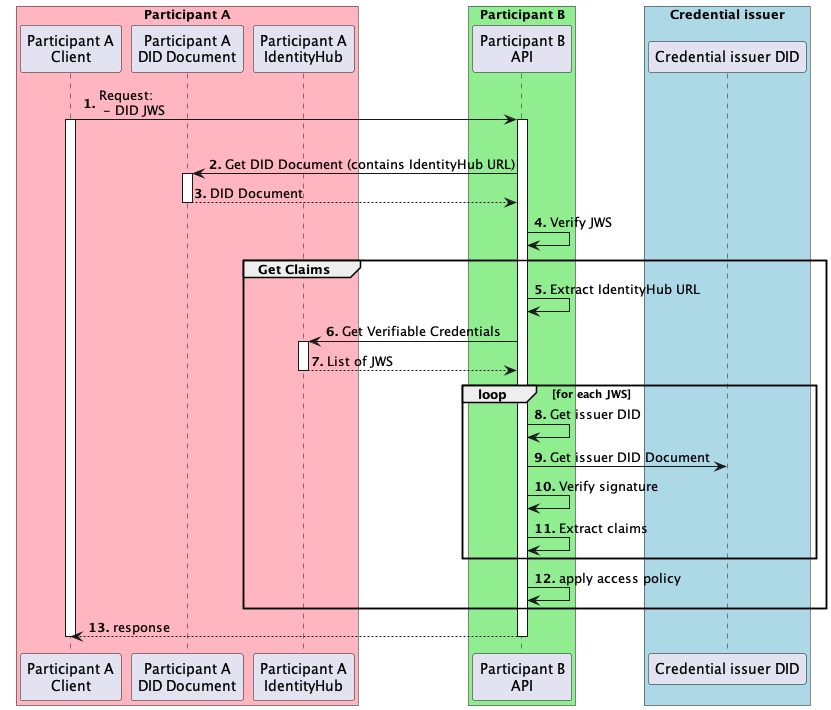
The PlantUML diagram docs/developer/decision-records/2022-07-01-get-claims/apply-policies-flow.png in agera-edc/IdentityHub, before a commit.
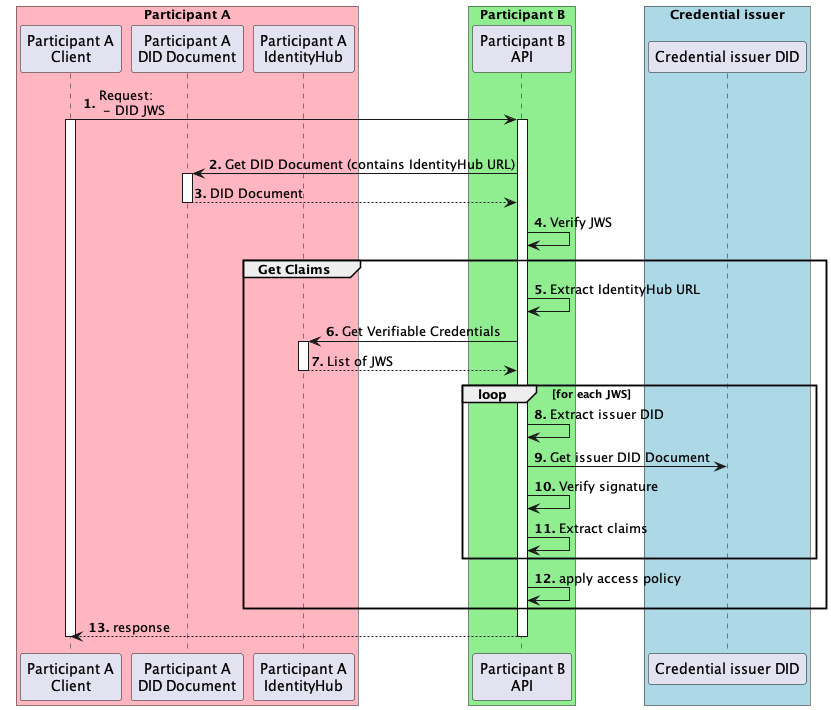
The same diagram one commit later.

Commit message:
Used extract to be consistent.

The edit, as a diff of the source:
```diff
@@ -22,7 +22,7 @@
   B -> IDHUB ++: Get Verifiable Credentials
   return List of JWS
   loop for each JWS
-  B -> B: Get issuer DID
+  B -> B: Extract issuer DID
   B -> ISSUER: Get issuer DID Document
   B -> B: Verify signature
   B -> B: Extract claims
```
